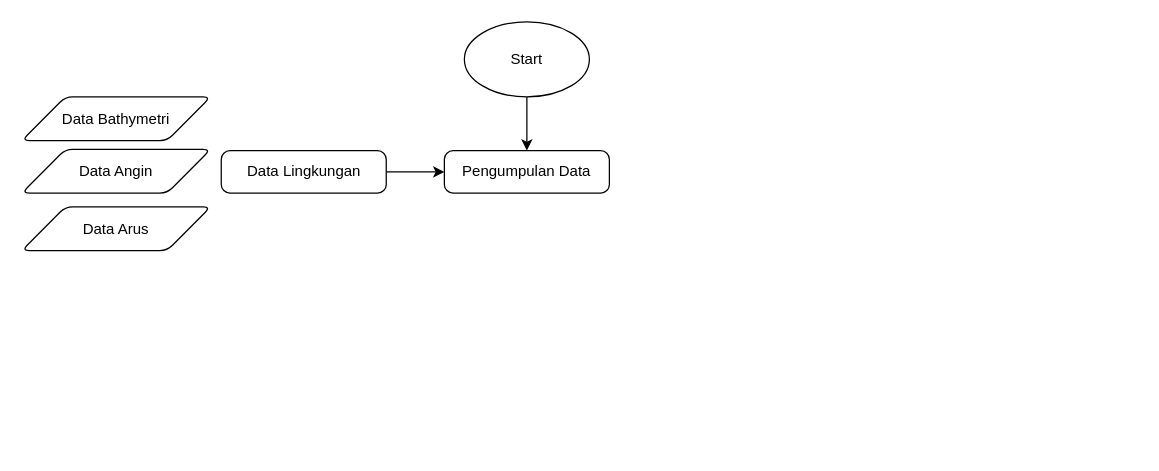
rubin429/design-port-and-harbour keeps this draw.io diagram as Laporan Kerja Praktek.drawio. Above is the earlier version. Source tidied: cells renumbered, new cells numbered last; positions are measured from the earlier drawing's top-left corner, leaving out a move shared by most shapes. Both pictures are drawn from the tidied source at 125%, with x=0, y=0 at pixel (21, 21).
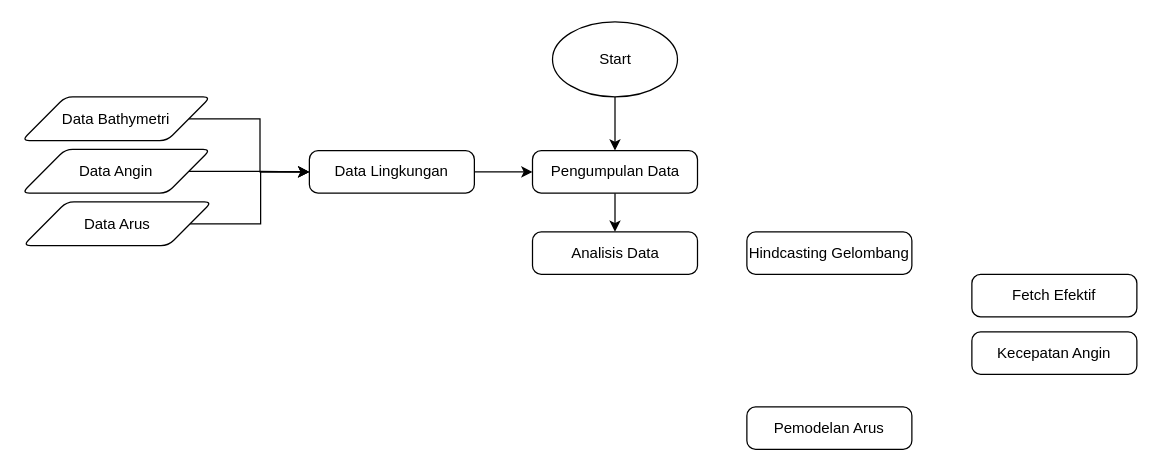
The same page after the edit.

Change to the diagram source:
```diff
@@
 <mxGraphModel>
   <root>
     <mxCell id="0" />
     <mxCell id="1" parent="0" />
     <mxCell id="2" style="edgeStyle=orthogonalEdgeStyle;rounded=0;jettySize=auto;html=1;entryX=0.5;entryY=0;entryDx=0;entryDy=0;" parent="1" edge="1" source="3" target="5">
       <mxGeometry relative="1" as="geometry" />
     </mxCell>
     <mxCell id="3" value="Start" style="strokeWidth=1;html=1;shape=mxgraph.flowchart.start_1;whiteSpace=wrap;" parent="1" vertex="1">
-      <mxGeometry x="354" width="100" height="60" as="geometry" />
+      <mxGeometry x="424.5" width="100" height="60" as="geometry" />
     </mxCell>
     <mxCell id="4" style="edgeStyle=orthogonalEdgeStyle;rounded=0;jettySize=auto;html=1;exitX=1;exitY=0.5;exitDx=0;exitDy=0;" parent="1" edge="1" source="9" target="5">
       <mxGeometry relative="1" as="geometry" />
     </mxCell>
+    <mxCell id="10" style="edgeStyle=orthogonalEdgeStyle;rounded=0;jettySize=auto;html=1;exitX=0.5;exitY=1;exitDx=0;exitDy=0;strokeWidth=1;" parent="1" edge="1" source="5" target="14">
+      <mxGeometry relative="1" as="geometry" />
+    </mxCell>
     <mxCell id="5" value="Pengumpulan Data" style="rounded=1;whiteSpace=wrap;html=1;absoluteArcSize=1;arcSize=14;strokeWidth=1;" parent="1" vertex="1">
-      <mxGeometry x="338" y="103" width="132" height="34" as="geometry" />
+      <mxGeometry x="408.5" y="103" width="132" height="34" as="geometry" />
     </mxCell>
+    <mxCell id="11" style="edgeStyle=orthogonalEdgeStyle;rounded=0;jettySize=auto;html=1;exitX=1;exitY=0.5;exitDx=0;exitDy=0;entryX=0;entryY=0.5;entryDx=0;entryDy=0;strokeWidth=1;" parent="1" edge="1" source="6" target="9">
+      <mxGeometry relative="1" as="geometry" />
+    </mxCell>
     <mxCell id="6" value="Data Bathymetri" style="shape=parallelogram;html=1;strokeWidth=1;perimeter=parallelogramPerimeter;whiteSpace=wrap;rounded=1;arcSize=12;size=0.23;" parent="1" vertex="1">
       <mxGeometry y="60" width="151" height="35" as="geometry" />
     </mxCell>
+    <mxCell id="12" style="edgeStyle=orthogonalEdgeStyle;rounded=0;jettySize=auto;html=1;exitX=1;exitY=0.5;exitDx=0;exitDy=0;strokeWidth=1;" parent="1" edge="1" source="7" target="9">
+      <mxGeometry relative="1" as="geometry" />
+    </mxCell>
     <mxCell id="7" value="Data Angin" style="shape=parallelogram;html=1;strokeWidth=1;perimeter=parallelogramPerimeter;whiteSpace=wrap;rounded=1;arcSize=12;size=0.23;" parent="1" vertex="1">
       <mxGeometry y="102" width="151" height="35" as="geometry" />
     </mxCell>
+    <mxCell id="13" style="edgeStyle=orthogonalEdgeStyle;rounded=0;jettySize=auto;html=1;exitX=1;exitY=0.5;exitDx=0;exitDy=0;entryX=0;entryY=0.5;entryDx=0;entryDy=0;strokeWidth=1;" parent="1" edge="1" source="8" target="9">
+      <mxGeometry relative="1" as="geometry" />
+    </mxCell>
     <mxCell id="8" value="Data Arus" style="shape=parallelogram;html=1;strokeWidth=1;perimeter=parallelogramPerimeter;whiteSpace=wrap;rounded=1;arcSize=12;size=0.23;" parent="1" vertex="1">
-      <mxGeometry y="148" width="151" height="35" as="geometry" />
+      <mxGeometry x="1" y="144" width="151" height="35" as="geometry" />
     </mxCell>
     <mxCell id="9" value="Data Lingkungan" style="rounded=1;whiteSpace=wrap;html=1;absoluteArcSize=1;arcSize=14;strokeWidth=1;" parent="1" vertex="1">
-      <mxGeometry x="159.5" y="103" width="132" height="34" as="geometry" />
+      <mxGeometry x="230" y="103" width="132" height="34" as="geometry" />
     </mxCell>
+    <mxCell id="14" value="Analisis Data" style="rounded=1;whiteSpace=wrap;html=1;absoluteArcSize=1;arcSize=14;strokeWidth=1;" parent="1" vertex="1">
+      <mxGeometry x="408.5" y="168" width="132" height="34" as="geometry" />
+    </mxCell>
+    <mxCell id="15" value="Hindcasting Gelombang" style="rounded=1;whiteSpace=wrap;html=1;absoluteArcSize=1;arcSize=14;strokeWidth=1;" parent="1" vertex="1">
+      <mxGeometry x="580" y="168" width="132" height="34" as="geometry" />
+    </mxCell>
+    <mxCell id="16" value="Pemodelan Arus" style="rounded=1;whiteSpace=wrap;html=1;absoluteArcSize=1;arcSize=14;strokeWidth=1;" parent="1" vertex="1">
+      <mxGeometry x="580" y="308" width="132" height="34" as="geometry" />
+    </mxCell>
+    <mxCell id="17" value="Fetch Efektif" style="rounded=1;whiteSpace=wrap;html=1;absoluteArcSize=1;arcSize=14;strokeWidth=1;" parent="1" vertex="1">
+      <mxGeometry x="760" y="202" width="132" height="34" as="geometry" />
+    </mxCell>
+    <mxCell id="18" value="Kecepatan Angin" style="rounded=1;whiteSpace=wrap;html=1;absoluteArcSize=1;arcSize=14;strokeWidth=1;" parent="1" vertex="1">
+      <mxGeometry x="760" y="248" width="132" height="34" as="geometry" />
+    </mxCell>
   </root>
 </mxGraphModel>
```
